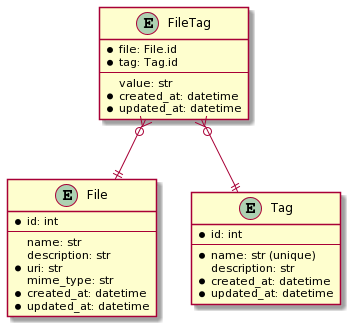
Earlier version of the PlantUML export assets/tag_database_entity_diagram.png (luketurner/tag-utility).
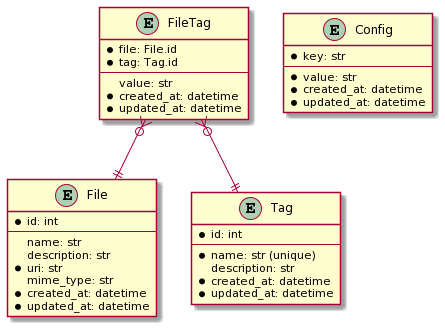
The same diagram one commit later.

Commit message:
add config table for versioning

What changed in the source:
```diff
@@ -28,4 +28,12 @@
 }
 FileTag }o--|| File
 FileTag }o--|| Tag
+
+entity Config {
+  * key: str
+  --
+  * value: str
+  * created_at: datetime
+  * updated_at: datetime
+}
 @enduml
```
